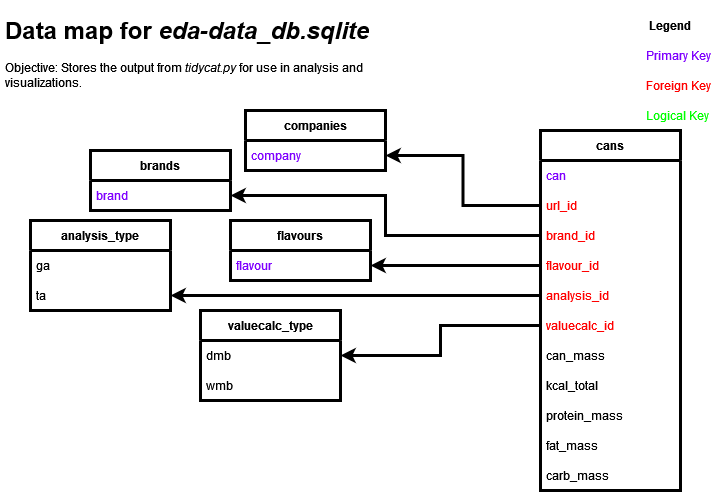
Earlier version of the draw.io export projectartifacts/eda-data_dbmap.drawio.png (travisyardley/ailieful). Source tidied: cells renumbered, new cells last; positions are measured from the earlier drawing's top-left corner, leaving out a move shared by most shapes.
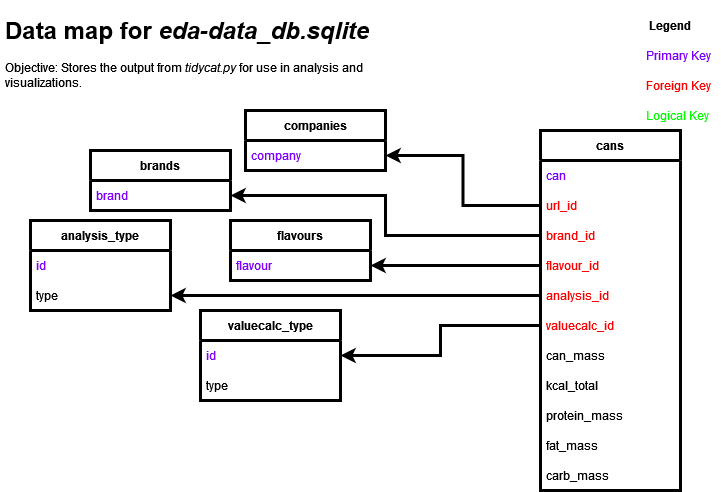
Above is the later version.

The edit, as a diff of the source:
```diff
@@ -83,19 +83,19 @@
     <mxCell id="28" value="analysis_type" style="swimlane;fontStyle=1;horizontal=1;startSize=30;strokeWidth=3;" parent="1" vertex="1">
       <mxGeometry x="30" y="210" width="140" height="90" as="geometry" />
     </mxCell>
-    <mxCell id="29" value="ga" style="text;strokeColor=none;fillColor=none;align=left;verticalAlign=middle;spacingLeft=4;spacingRight=4;overflow=hidden;fontColor=#000000;" parent="28" vertex="1">
+    <mxCell id="29" value="id" style="text;strokeColor=none;fillColor=none;align=left;verticalAlign=middle;spacingLeft=4;spacingRight=4;overflow=hidden;fontColor=#7F00FF;" parent="28" vertex="1">
       <mxGeometry y="30" width="140" height="30" as="geometry" />
     </mxCell>
-    <mxCell id="30" value="ta" style="text;strokeColor=none;fillColor=none;align=left;verticalAlign=middle;spacingLeft=4;spacingRight=4;overflow=hidden;points=[[0,0.5],[1,0.5]];portConstraint=eastwest;fontColor=#000000;" parent="28" vertex="1">
+    <mxCell id="30" value="type" style="text;strokeColor=none;fillColor=none;align=left;verticalAlign=middle;spacingLeft=4;spacingRight=4;overflow=hidden;points=[[0,0.5],[1,0.5]];portConstraint=eastwest;fontColor=#000000;" parent="28" vertex="1">
       <mxGeometry y="60" width="140" height="30" as="geometry" />
     </mxCell>
     <mxCell id="31" value="valuecalc_type" style="swimlane;fontStyle=1;horizontal=1;startSize=30;strokeWidth=3;" parent="1" vertex="1">
       <mxGeometry x="200" y="300" width="140" height="90" as="geometry" />
     </mxCell>
-    <mxCell id="32" value="dmb" style="text;strokeColor=none;fillColor=none;align=left;verticalAlign=middle;spacingLeft=4;spacingRight=4;overflow=hidden;points=[[0,0.5],[1,0.5]];portConstraint=eastwest;fontColor=#000000;" parent="31" vertex="1">
+    <mxCell id="32" value="id" style="text;strokeColor=none;fillColor=none;align=left;verticalAlign=middle;spacingLeft=4;spacingRight=4;overflow=hidden;points=[[0,0.5],[1,0.5]];portConstraint=eastwest;fontColor=#7F00FF;" parent="31" vertex="1">
       <mxGeometry y="30" width="140" height="30" as="geometry" />
     </mxCell>
-    <mxCell id="33" value="wmb" style="text;strokeColor=none;fillColor=none;align=left;verticalAlign=middle;spacingLeft=4;spacingRight=4;overflow=hidden;fontColor=#000000;" parent="31" vertex="1">
+    <mxCell id="33" value="type" style="text;strokeColor=none;fillColor=none;align=left;verticalAlign=middle;spacingLeft=4;spacingRight=4;overflow=hidden;fontColor=#000000;" parent="31" vertex="1">
       <mxGeometry y="60" width="140" height="30" as="geometry" />
     </mxCell>
     <mxCell id="34" style="edgeStyle=orthogonalEdgeStyle;rounded=0;jettySize=auto;html=1;fontColor=#FF0000;strokeWidth=3;" parent="1" edge="1" source="9" target="30">
```
